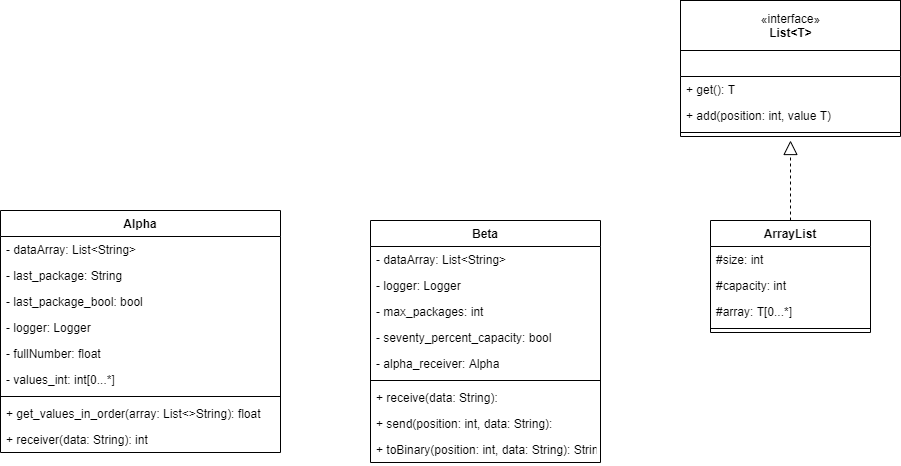
nathanmsoares/ED keeps this draw.io diagram as 2º Bimestre/UML.png. Above is the earlier version. Source tidied: cells renumbered, new cells last; positions are measured from the earlier drawing's top-left corner, leaving out a move shared by most shapes.
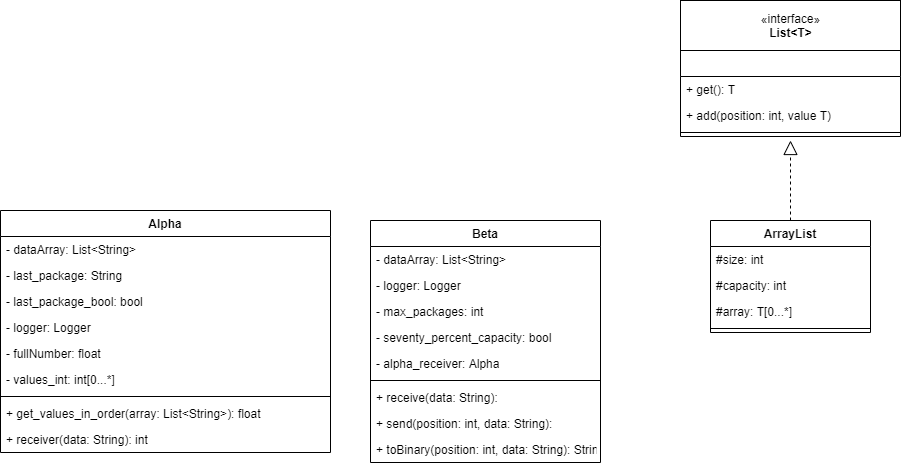
Above is the later version.

Commit message:
correction on UML Diagram

Diff of the diagram source:
```diff
@@ -68,34 +68,34 @@
       <mxGeometry y="216" width="230" height="26" as="geometry" />
     </mxCell>
     <mxCell id="23" value="Alpha" style="swimlane;fontStyle=1;align=center;verticalAlign=top;horizontal=1;startSize=26;" parent="1" vertex="1">
-      <mxGeometry y="210" width="280" height="242" as="geometry" />
+      <mxGeometry y="210" width="330" height="242" as="geometry" />
     </mxCell>
     <mxCell id="24" value="- dataArray: List&lt;String&gt;" style="text;strokeColor=none;fillColor=none;align=left;verticalAlign=top;spacingLeft=4;spacingRight=4;overflow=hidden;" parent="23" vertex="1">
-      <mxGeometry y="26" width="280" height="26" as="geometry" />
+      <mxGeometry y="26" width="330" height="26" as="geometry" />
     </mxCell>
     <mxCell id="25" value="- last_package: String" style="text;strokeColor=none;fillColor=none;align=left;verticalAlign=top;spacingLeft=4;spacingRight=4;overflow=hidden;" parent="23" vertex="1">
-      <mxGeometry y="52" width="280" height="26" as="geometry" />
+      <mxGeometry y="52" width="330" height="26" as="geometry" />
     </mxCell>
     <mxCell id="26" value="- last_package_bool: bool" style="text;strokeColor=none;fillColor=none;align=left;verticalAlign=top;spacingLeft=4;spacingRight=4;overflow=hidden;" parent="23" vertex="1">
-      <mxGeometry y="78" width="280" height="26" as="geometry" />
+      <mxGeometry y="78" width="330" height="26" as="geometry" />
     </mxCell>
     <mxCell id="27" value="- logger: Logger" style="text;strokeColor=none;fillColor=none;align=left;verticalAlign=top;spacingLeft=4;spacingRight=4;overflow=hidden;" parent="23" vertex="1">
-      <mxGeometry y="104" width="280" height="26" as="geometry" />
+      <mxGeometry y="104" width="330" height="26" as="geometry" />
     </mxCell>
     <mxCell id="28" value="- fullNumber: float" style="text;strokeColor=none;fillColor=none;align=left;verticalAlign=top;spacingLeft=4;spacingRight=4;overflow=hidden;" parent="23" vertex="1">
-      <mxGeometry y="130" width="280" height="26" as="geometry" />
+      <mxGeometry y="130" width="330" height="26" as="geometry" />
     </mxCell>
     <mxCell id="29" value="- values_int: int[0...*]" style="text;strokeColor=none;fillColor=none;align=left;verticalAlign=top;spacingLeft=4;spacingRight=4;overflow=hidden;" parent="23" vertex="1">
-      <mxGeometry y="156" width="280" height="26" as="geometry" />
+      <mxGeometry y="156" width="330" height="26" as="geometry" />
     </mxCell>
     <mxCell id="30" style="line;strokeWidth=1;fillColor=none;align=left;verticalAlign=middle;spacingTop=-1;spacingLeft=3;spacingRight=3;labelPosition=right;" parent="23" vertex="1">
-      <mxGeometry y="182" width="280" height="8" as="geometry" />
+      <mxGeometry y="182" width="330" height="8" as="geometry" />
     </mxCell>
-    <mxCell id="31" value="+ get_values_in_order(array: List&lt;&gt;String): float" style="text;strokeColor=none;fillColor=none;align=left;verticalAlign=top;spacingLeft=4;spacingRight=4;overflow=hidden;" parent="23" vertex="1">
-      <mxGeometry y="190" width="280" height="26" as="geometry" />
+    <mxCell id="31" value="+ get_values_in_order(array: List&lt;String&gt;): float" style="text;strokeColor=none;fillColor=none;align=left;verticalAlign=top;spacingLeft=4;spacingRight=4;overflow=hidden;" parent="23" vertex="1">
+      <mxGeometry y="190" width="330" height="26" as="geometry" />
     </mxCell>
     <mxCell id="32" value="+ receiver(data: String): int" style="text;strokeColor=none;fillColor=none;align=left;verticalAlign=top;spacingLeft=4;spacingRight=4;overflow=hidden;" parent="23" vertex="1">
-      <mxGeometry y="216" width="280" height="26" as="geometry" />
+      <mxGeometry y="216" width="330" height="26" as="geometry" />
     </mxCell>
   </root>
 </mxGraphModel>
```
